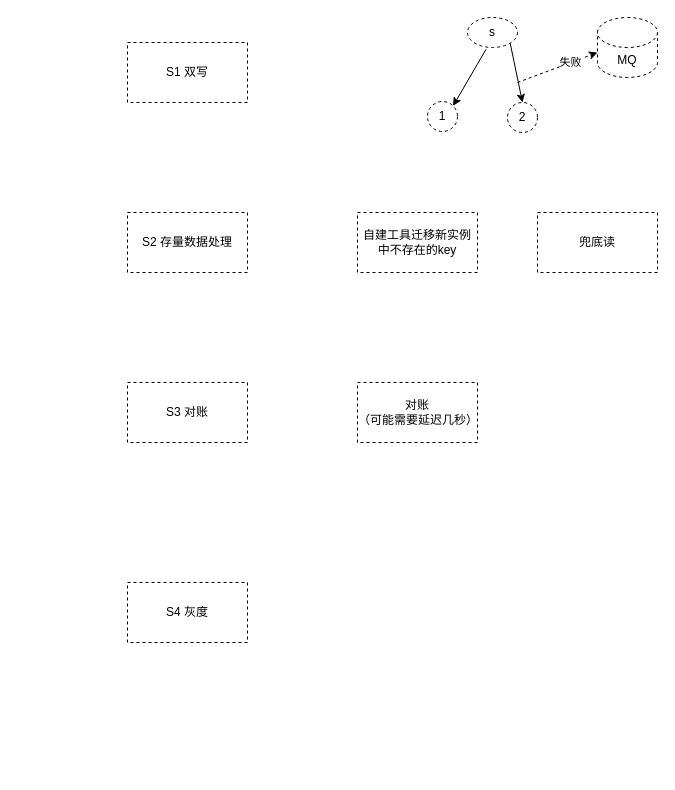
Before: arch/实例拆分方案.drawio in melonshell/draw.io, a draw.io diagram. Source tidied: cells renumbered, new cells numbered last; positions are measured from the earlier drawing's top-left corner, leaving out a move shared by most shapes. Both pictures are drawn from the tidied source at 100%, with x=0, y=0 at pixel (17, 17).
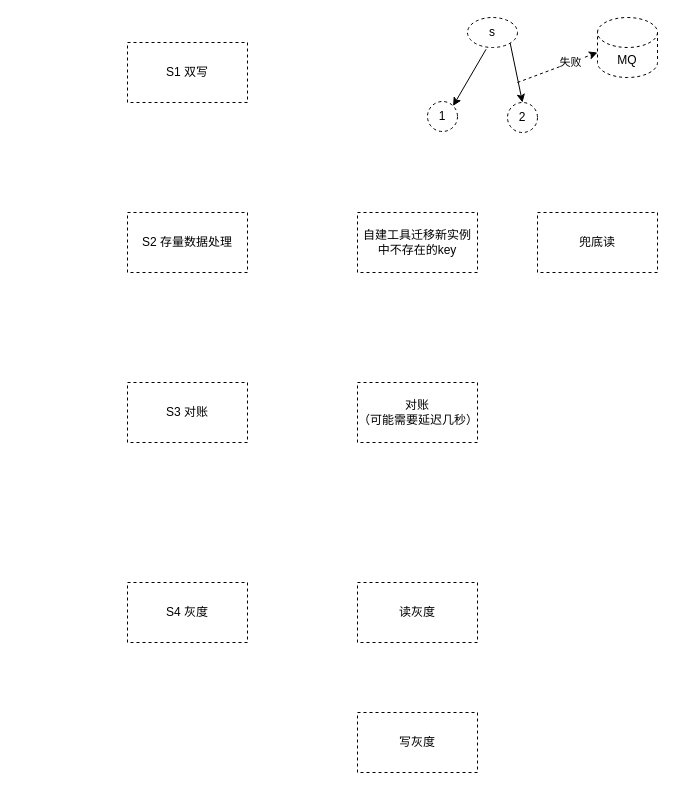
Above is the later version.

Commit message (it also covers changes not shown here):
更新实例拆分方案.drawio

Change to the diagram source:
```diff
@@
+    <mxCell id="18" value="读灰度" style="rounded=0;whiteSpace=wrap;html=1;dashed=1;fillColor=none;" parent="1" vertex="1">
+      <mxGeometry x="340" y="565" width="120" height="60" as="geometry" />
+    </mxCell>
+    <mxCell id="19" value="写灰度" style="rounded=0;whiteSpace=wrap;html=1;dashed=1;fillColor=none;" parent="1" vertex="1">
+      <mxGeometry x="340" y="695" width="120" height="60" as="geometry" />
+    </mxCell>
```
